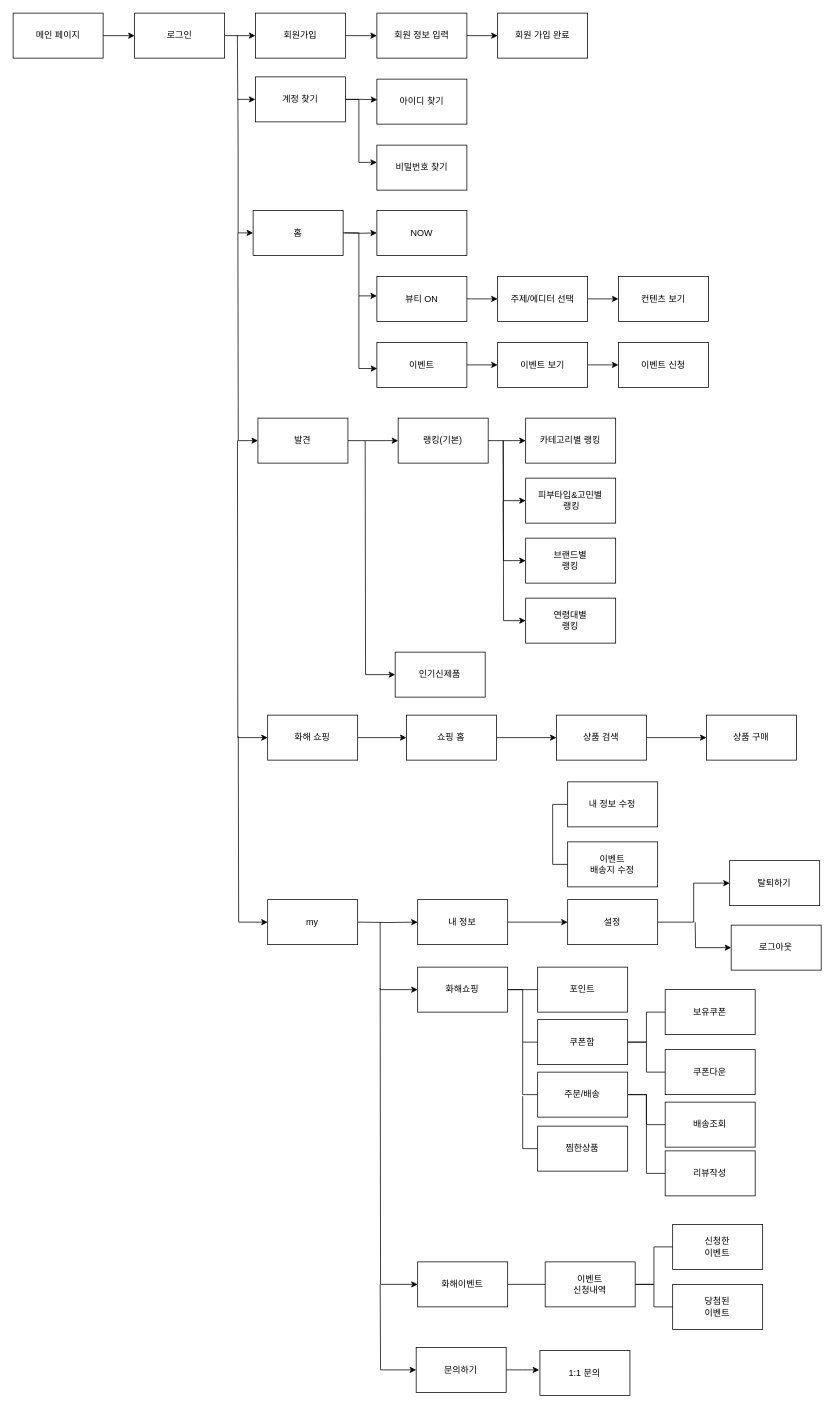
Before: 플로우 차트.drawio in Dayeon0920/hwahae_clone_coding, a draw.io diagram. Source tidied: cells renumbered, new cells numbered last; positions are measured from the earlier drawing's top-left corner, leaving out a move shared by most shapes. Both pictures are drawn from the tidied source at 75%, with x=0, y=0 at pixel (13, 13).
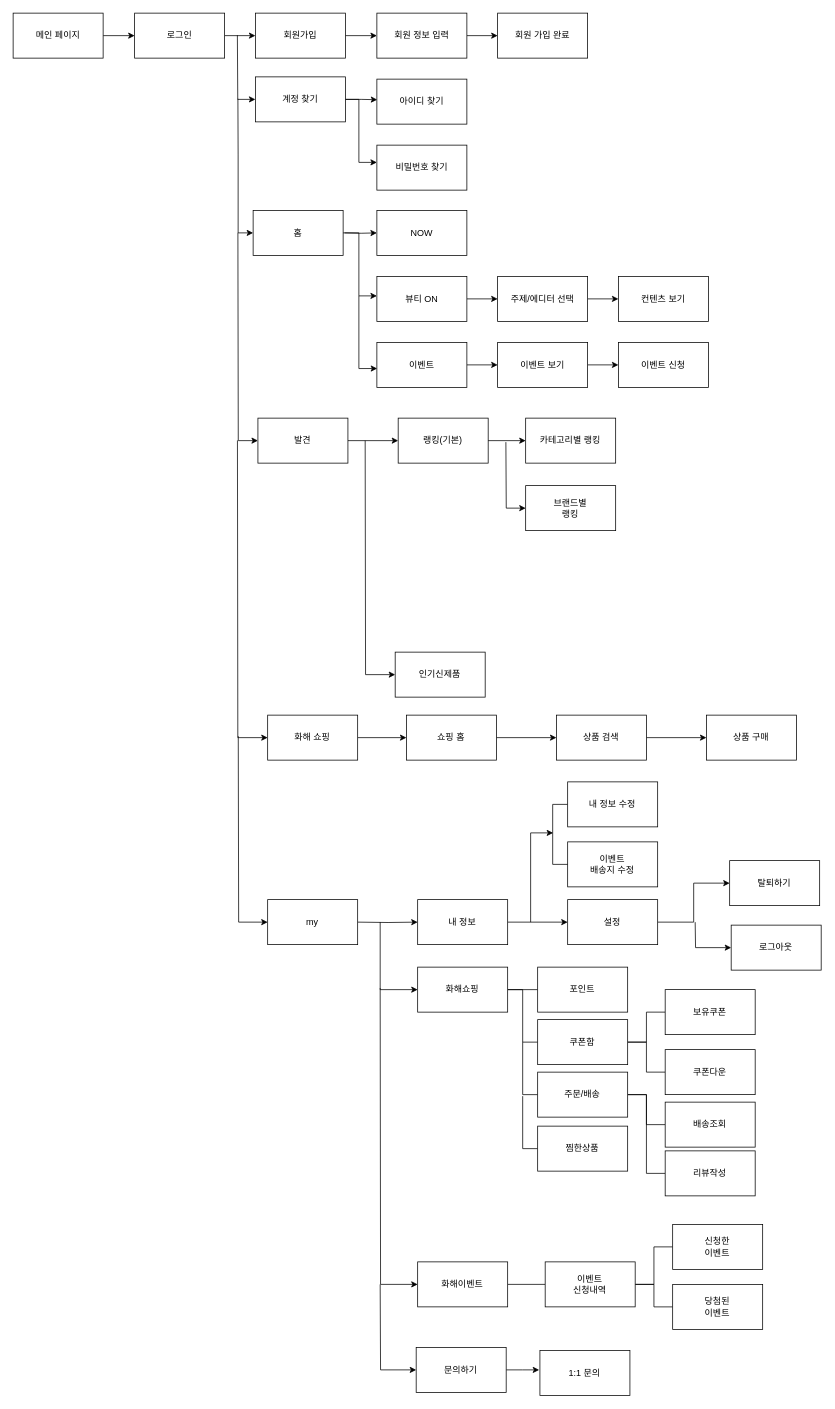
The same page after the edit.

Commit message:
Update 플로우 차트.drawio

The edit, as a diff of the source:
```diff
@@
-    <mxCell id="41" style="edgeStyle=orthogonalEdgeStyle;rounded=0;jettySize=auto;html=1;exitX=0;exitY=0.5;exitDx=0;exitDy=0;startArrow=classic;startFill=1;endArrow=none;endFill=0;fontFamily=Helvetica;fontSize=12;" parent="1" edge="1" source="42">
-      <mxGeometry relative="1" as="geometry">
-        <mxPoint x="653.4" y="570" as="targetPoint" />
-      </mxGeometry>
-    </mxCell>
-    <mxCell id="42" value="피부타입&amp;amp;고민별&lt;br style=&quot;font-size: 12px;&quot;&gt;&amp;nbsp;랭킹" style="rounded=0;whiteSpace=wrap;html=1;fontFamily=Helvetica;fontSize=12;" parent="1" vertex="1">
-      <mxGeometry x="683.4" y="620" width="120" height="60" as="geometry" />
-    </mxCell>
-    <mxCell id="43" style="edgeStyle=orthogonalEdgeStyle;rounded=0;jettySize=auto;html=1;exitX=0;exitY=0.5;exitDx=0;exitDy=0;startArrow=classic;startFill=1;endArrow=none;endFill=0;fontFamily=Helvetica;fontSize=12;" parent="1" edge="1" source="44">
-      <mxGeometry relative="1" as="geometry">
-        <mxPoint x="653.4" y="650" as="targetPoint" />
-      </mxGeometry>
-    </mxCell>
+    <mxCell id="99" style="edgeStyle=orthogonalEdgeStyle;rounded=0;jettySize=auto;html=1;exitX=0;exitY=0.5;exitDx=0;exitDy=0;startArrow=classic;startFill=1;endArrow=none;endFill=0;" parent="1" edge="1" source="44">
+      <mxGeometry relative="1" as="geometry">
+        <mxPoint x="657" y="572" as="targetPoint" />
+      </mxGeometry>
+    </mxCell>
     <mxCell id="44" value="브랜드별&lt;br style=&quot;font-size: 12px;&quot;&gt;랭킹" style="rounded=0;whiteSpace=wrap;html=1;fontFamily=Helvetica;fontSize=12;" parent="1" vertex="1">
-      <mxGeometry x="683.4" y="700" width="120" height="60" as="geometry" />
+      <mxGeometry x="683.4" y="630" width="120" height="60" as="geometry" />
     </mxCell>
-    <mxCell id="45" style="edgeStyle=orthogonalEdgeStyle;rounded=0;jettySize=auto;html=1;exitX=0;exitY=0.5;exitDx=0;exitDy=0;startArrow=classic;startFill=1;endArrow=none;endFill=0;fontFamily=Helvetica;fontSize=12;" parent="1" edge="1" source="46">
-      <mxGeometry relative="1" as="geometry">
-        <mxPoint x="653.4" y="570" as="targetPoint" />
-      </mxGeometry>
-    </mxCell>
-    <mxCell id="46" value="연령대별&lt;br style=&quot;font-size: 12px;&quot;&gt;랭킹" style="rounded=0;whiteSpace=wrap;html=1;fontFamily=Helvetica;fontSize=12;" parent="1" vertex="1">
-      <mxGeometry x="683.4" y="780" width="120" height="60" as="geometry" />
-    </mxCell>
@@
+    <mxCell id="100" style="endArrow=classic;html=1;rounded=0;endFill=1;" parent="1" edge="1">
+      <mxGeometry relative="1" as="geometry">
+        <mxPoint x="690" y="1212" as="sourcePoint" />
+        <mxPoint x="720" y="1093" as="targetPoint" />
+        <Array as="points">
+          <mxPoint x="690" y="1093" />
+        </Array>
+      </mxGeometry>
+    </mxCell>
```
